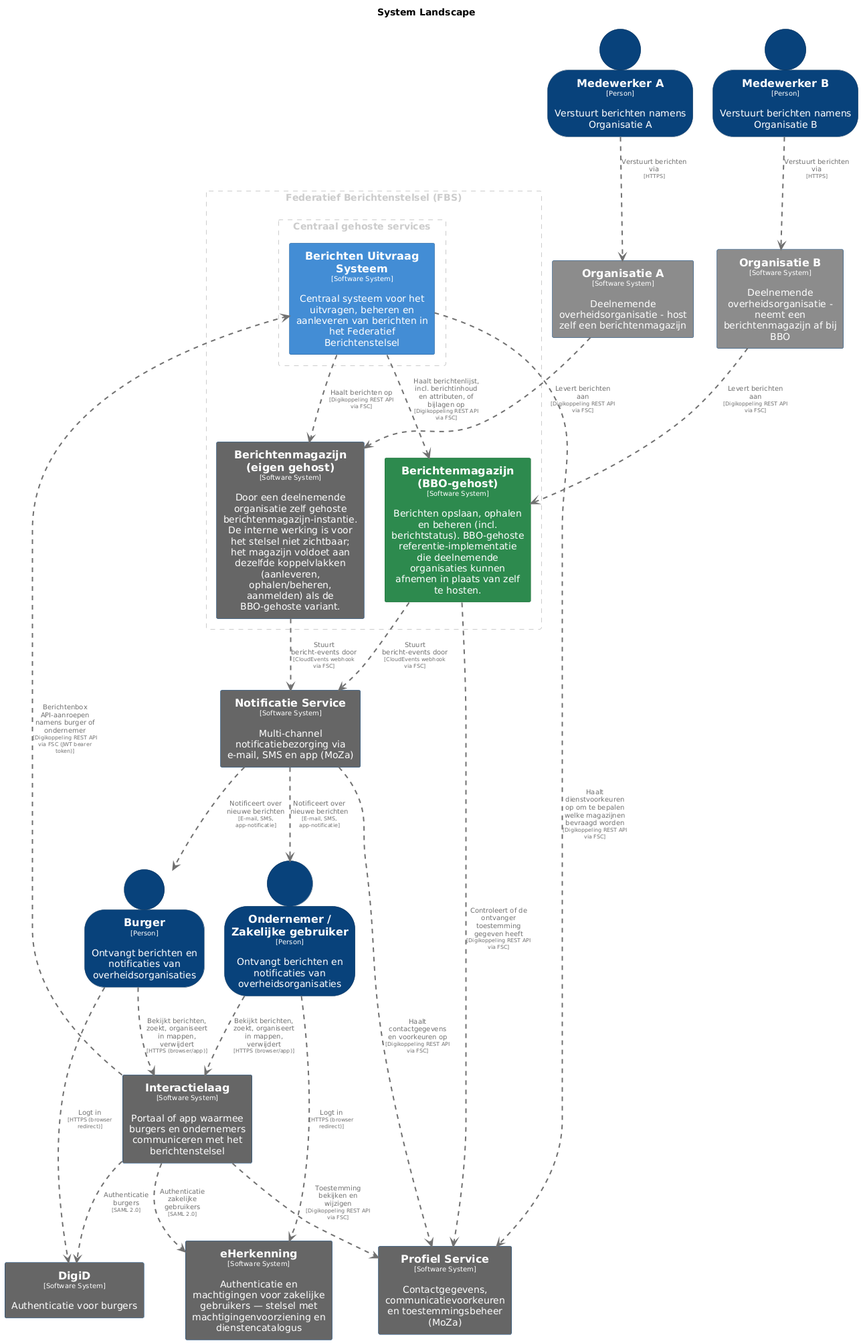
MinBZK/moza-poc-fbs-berichtenbox keeps this PlantUML diagram as pr-preview/pr-95/master/png/SystemLandscape.png. Above is the earlier version.
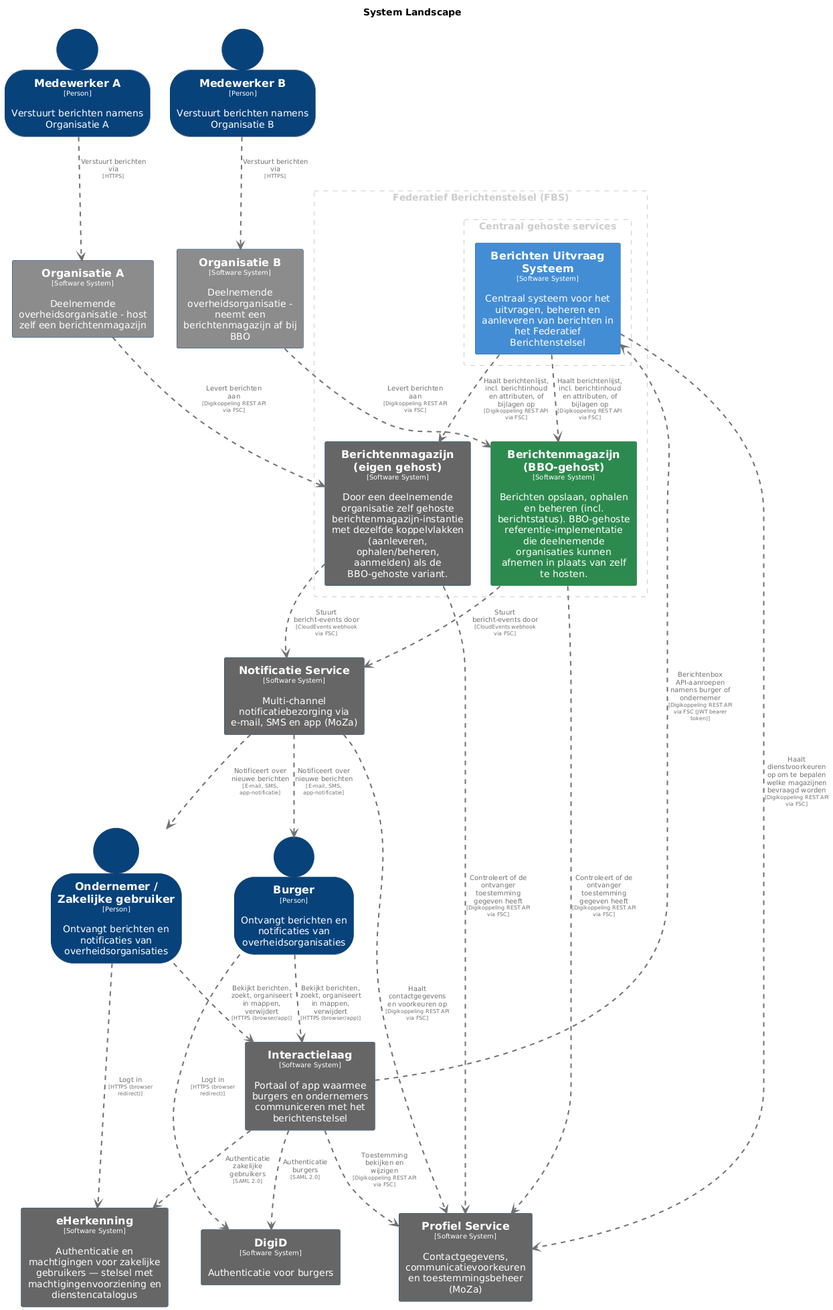
Later version of the same file.

Change to the diagram source:
```diff
@@ -105,7 +105,7 @@
   skinparam RectangleFontColor<<group1>> #cccccc
   skinparam RectangleBorderStyle<<group1>> dashed
 
-  rectangle "==Berichtenmagazijn (eigen gehost)\n<size:10>[Software System]</size>\n\nDoor een deelnemende organisatie zelf gehoste berichtenmagazijn-instantie. De interne werking is voor het stelsel niet zichtbaar; het magazijn voldoet aan dezelfde koppelvlakken (aanleveren, ophalen/beheren, aanmelden) als de BBO-gehoste variant." <<Berichtenmagazijneigengehost>> as Berichtenmagazijneigengehost
+  rectangle "==Berichtenmagazijn (eigen gehost)\n<size:10>[Software System]</size>\n\nDoor een deelnemende organisatie zelf gehoste berichtenmagazijn-instantie met dezelfde koppelvlakken (aanleveren, ophalen/beheren, aanmelden) als de BBO-gehoste variant." <<Berichtenmagazijneigengehost>> as Berichtenmagazijneigengehost
   rectangle "==Berichtenmagazijn (BBO-gehost)\n<size:10>[Software System]</size>\n\nBerichten opslaan, ophalen en beheren (incl. berichtstatus). BBO-gehoste referentie-implementatie die deelnemende organisaties kunnen afnemen in plaats van zelf te hosten." <<BerichtenmagazijnBBOgehost>> as BerichtenmagazijnBBOgehost
     rectangle "Centraal gehoste services" <<group2>> as group2 {
       skinparam RectangleBorderColor<<group2>> #cccccc
@@ -134,8 +134,9 @@
 NotificatieService .[#707070,thickness=2].> ProfielService : "<color:#707070>Haalt contactgegevens en voorkeuren op\n<color:#707070><size:8>[Digikoppeling REST API via FSC]</size>"
 OrganisatieA .[#707070,thickness=2].> Berichtenmagazijneigengehost : "<color:#707070>Levert berichten aan\n<color:#707070><size:8>[Digikoppeling REST API via FSC]</size>"
 OrganisatieB .[#707070,thickness=2].> BerichtenmagazijnBBOgehost : "<color:#707070>Levert berichten aan\n<color:#707070><size:8>[Digikoppeling REST API via FSC]</size>"
+BerichtenUitvraagSysteem .[#707070,thickness=2].> Berichtenmagazijneigengehost : "<color:#707070>Haalt berichtenlijst, incl. berichtinhoud en attributen, of bijlagen op\n<color:#707070><size:8>[Digikoppeling REST API via FSC]</size>"
 Berichtenmagazijneigengehost .[#707070,thickness=2].> NotificatieService : "<color:#707070>Stuurt bericht-events door\n<color:#707070><size:8>[CloudEvents webhook via FSC]</size>"
-BerichtenUitvraagSysteem .[#707070,thickness=2].> Berichtenmagazijneigengehost : "<color:#707070>Haalt berichten op\n<color:#707070><size:8>[Digikoppeling REST API via FSC]</size>"
+Berichtenmagazijneigengehost .[#707070,thickness=2].> ProfielService : "<color:#707070>Controleert of de ontvanger toestemming gegeven heeft\n<color:#707070><size:8>[Digikoppeling REST API via FSC]</size>"
 BerichtenmagazijnBBOgehost .[#707070,thickness=2].> ProfielService : "<color:#707070>Controleert of de ontvanger toestemming gegeven heeft\n<color:#707070><size:8>[Digikoppeling REST API via FSC]</size>"
 BerichtenUitvraagSysteem .[#707070,thickness=2].> ProfielService : "<color:#707070>Haalt dienstvoorkeuren op om te bepalen welke magazijnen bevraagd worden\n<color:#707070><size:8>[Digikoppeling REST API via FSC]</size>"
 MedewerkerA .[#707070,thickness=2].> OrganisatieA : "<color:#707070>Verstuurt berichten via\n<color:#707070><size:8>[HTTPS]</size>"
```
